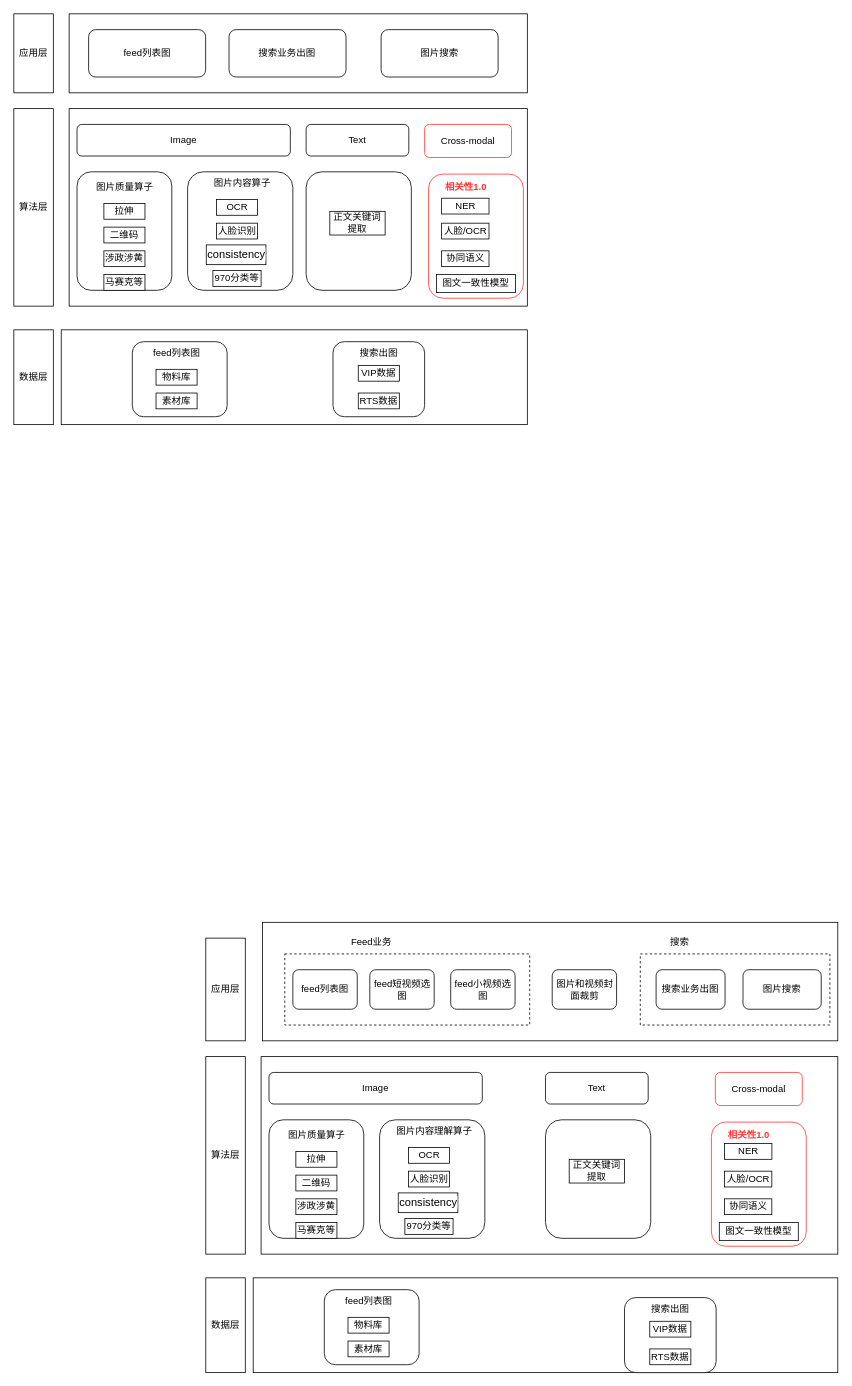
Before: Untitled Diagram.drawio in 2018liuyan/one, a draw.io diagram. Source tidied: cells renumbered, new cells numbered last; positions are measured from the earlier drawing's top-left corner, leaving out a move shared by most shapes. Both pictures are drawn from the tidied source at 79%, with x=0, y=0 at pixel (13, 13).
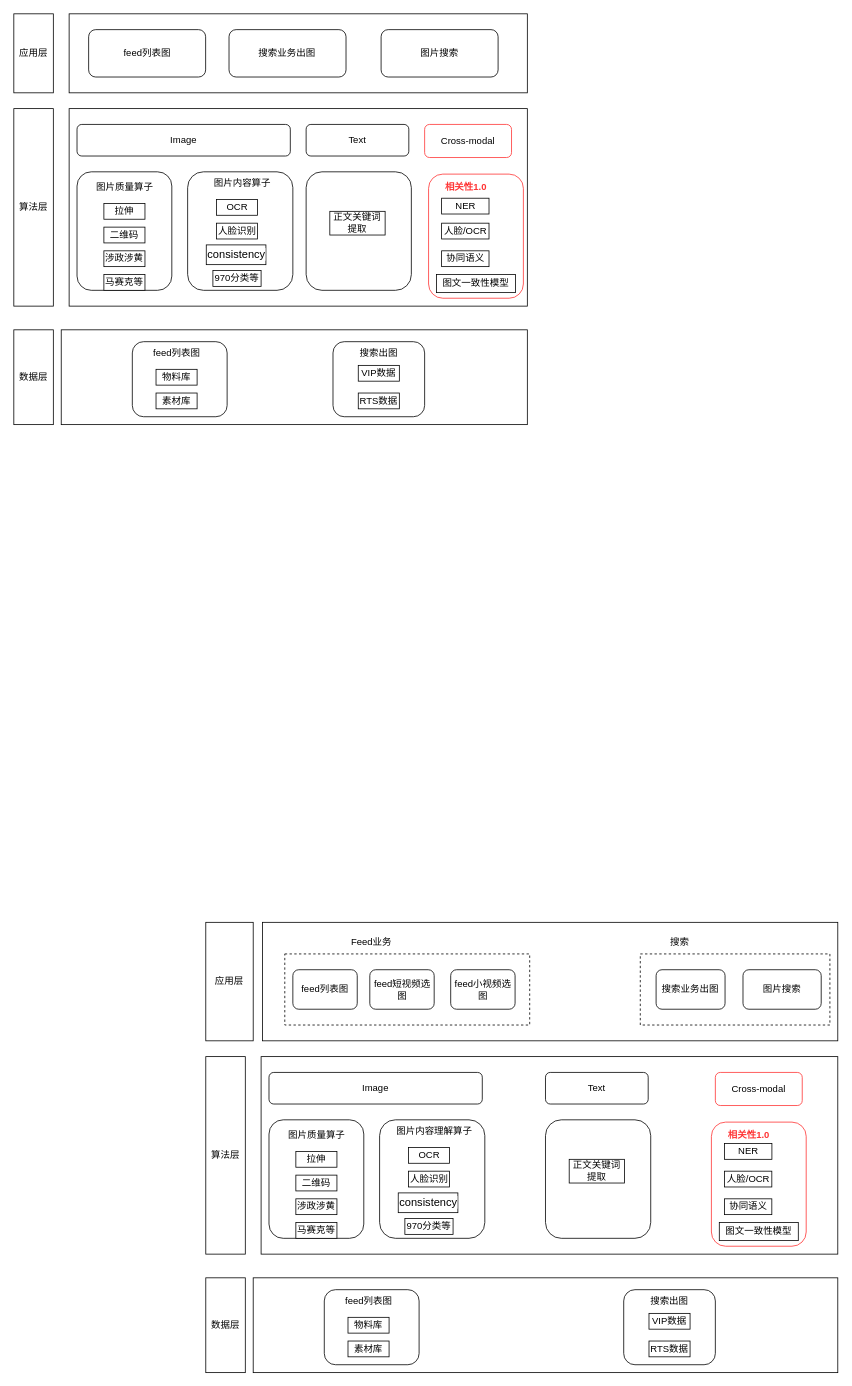
After the change.

Diff of the diagram source:
```diff
@@
     <mxCell id="75" value="应用层" style="rounded=0;whiteSpace=wrap;html=1;fontColor=#000000;" parent="1" vertex="1">
-      <mxGeometry x="243" y="1170" width="50" height="130" as="geometry" />
+      <mxGeometry x="243" y="1150" width="60" height="150" as="geometry" />
     </mxCell>
@@
     <mxCell id="84" style="group;" parent="1" vertex="1">
-      <mxGeometry x="773" y="1625" width="116" height="95" as="geometry" />
+      <mxGeometry x="772" y="1615" width="116" height="95" as="geometry" />
     </mxCell>
@@
-    <mxCell id="98" value="图片和视频封面裁剪" style="rounded=1;whiteSpace=wrap;html=1;" parent="1" vertex="1">
-      <mxGeometry x="681.5" y="1210" width="81.5" height="50" as="geometry" />
-    </mxCell>
```
